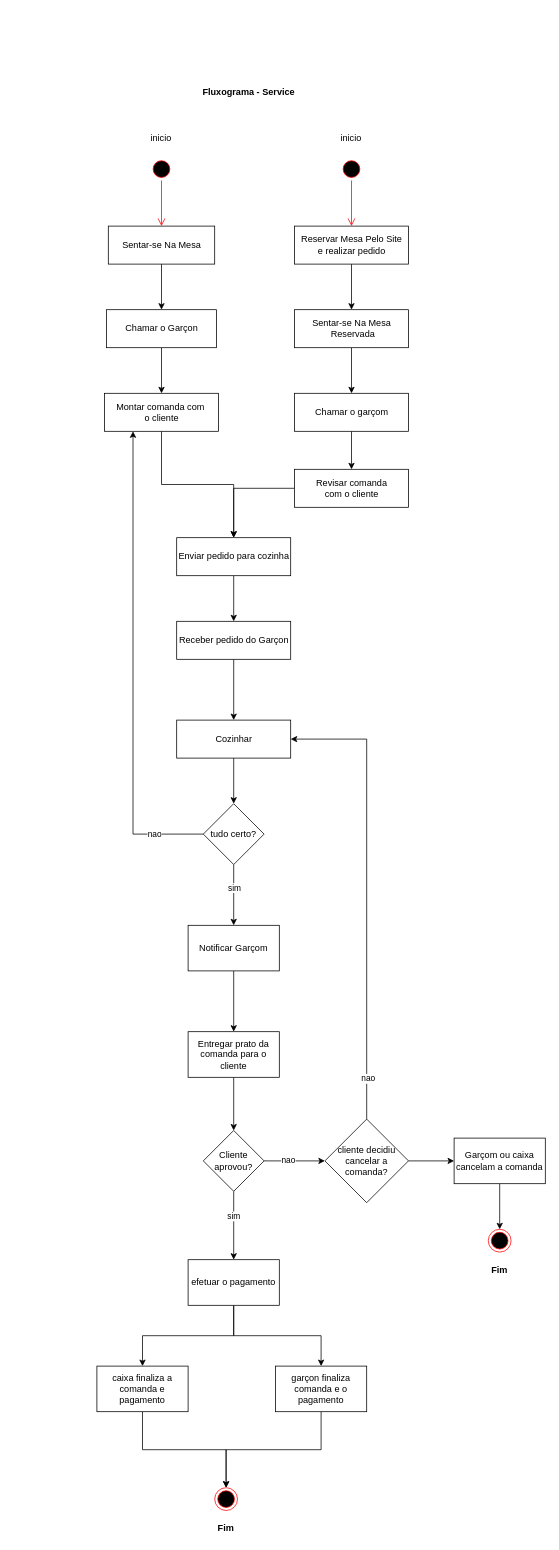
This is Copy of Fluxograma_Service.drawio from GabrielMaxMaia/Service-PIIV, a draw.io file, before an edit. Source tidied: cells renumbered, new cells numbered last; positions are measured from the earlier drawing's top-left corner, leaving out a move shared by most shapes. Both pictures are drawn from the tidied source at 76%, with x=0, y=0 at pixel (97, 81).
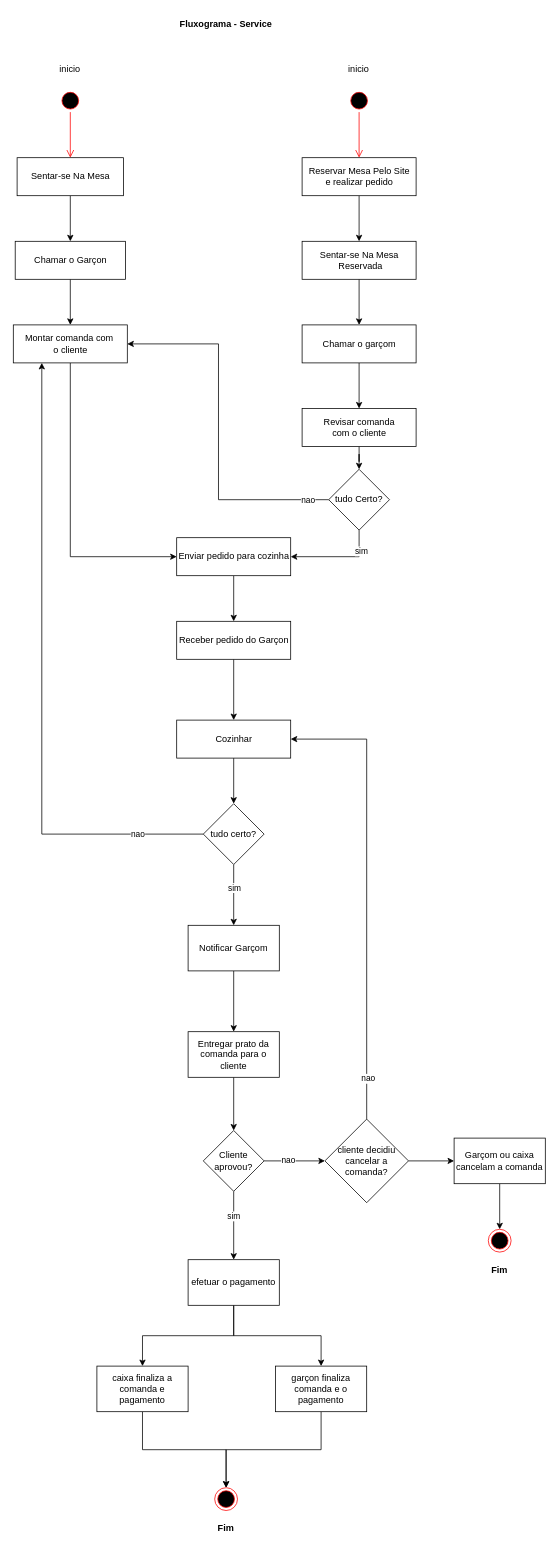
The same diagram, later.

The change refers to these unchanged cells:
```xml
<mxCell id="24" value="Enviar pedido para cozinha" style="html=1;" parent="1" vertex="1">
  <mxGeometry x="105" y="600" width="150" height="50" as="geometry" />
</mxCell>
```

The edit, as a diff of the source:
```diff
@@
     <mxCell id="2" style="ellipse;html=1;shape=startState;fillColor=#000000;strokeColor=#ff0000;" parent="1" vertex="1">
-      <mxGeometry x="320" y="100" width="30" height="30" as="geometry" />
+      <mxGeometry x="330" y="10" width="30" height="30" as="geometry" />
     </mxCell>
@@
     <mxCell id="4" value="inicio" style="text;strokeColor=none;fillColor=none;spacingLeft=4;spacingRight=4;overflow=hidden;fontSize=12;" parent="1" vertex="1">
-      <mxGeometry x="315" y="60" width="40" height="30" as="geometry" />
+      <mxGeometry x="325" y="-30" width="40" height="30" as="geometry" />
     </mxCell>
@@
     <mxCell id="6" value="Reservar Mesa Pelo Site &lt;br&gt;e realizar pedido" style="html=1;" parent="1" vertex="1">
-      <mxGeometry x="260" y="190" width="150" height="50" as="geometry" />
+      <mxGeometry x="270" y="100" width="150" height="50" as="geometry" />
     </mxCell>
     <mxCell id="7" style="ellipse;html=1;shape=startState;fillColor=#000000;strokeColor=#ff0000;" parent="1" vertex="1">
-      <mxGeometry x="70" y="100" width="30" height="30" as="geometry" />
+      <mxGeometry x="-50" y="10" width="30" height="30" as="geometry" />
     </mxCell>
@@
     <mxCell id="9" value="inicio" style="text;strokeColor=none;fillColor=none;spacingLeft=4;spacingRight=4;overflow=hidden;fontSize=12;" parent="1" vertex="1">
-      <mxGeometry x="65" y="60" width="40" height="30" as="geometry" />
+      <mxGeometry x="-55" y="-30" width="40" height="30" as="geometry" />
     </mxCell>
@@
     <mxCell id="11" value="Sentar-se Na Mesa" style="html=1;" parent="1" vertex="1">
-      <mxGeometry x="15" y="190" width="140" height="50" as="geometry" />
+      <mxGeometry x="-105" y="100" width="140" height="50" as="geometry" />
     </mxCell>
@@
     <mxCell id="13" value="Chamar o Garçon" style="html=1;" parent="1" vertex="1">
-      <mxGeometry x="12.5" y="300" width="145" height="50" as="geometry" />
+      <mxGeometry x="-107.5" y="210" width="145" height="50" as="geometry" />
     </mxCell>
-    <mxCell id="14" style="edgeStyle=orthogonalEdgeStyle;rounded=0;jettySize=auto;html=1;exitX=0.5;exitY=1;exitDx=0;exitDy=0;" parent="1" edge="1" source="15" target="24">
+    <mxCell id="14" style="edgeStyle=orthogonalEdgeStyle;rounded=0;jettySize=auto;html=1;exitX=0.5;exitY=1;exitDx=0;exitDy=0;entryX=0;entryY=0.5;entryDx=0;entryDy=0;" parent="1" edge="1" source="15" target="24">
       <mxGeometry relative="1" as="geometry">
         <Array as="points">
-          <mxPoint x="85" y="530" />
-          <mxPoint x="180" y="530" />
+          <mxPoint x="-35" y="625" />
         </Array>
       </mxGeometry>
     </mxCell>
     <mxCell id="15" value="Montar comanda com&amp;nbsp; &lt;br&gt;o cliente" style="html=1;" parent="1" vertex="1">
-      <mxGeometry x="10" y="410" width="150" height="50" as="geometry" />
+      <mxGeometry x="-110" y="320" width="150" height="50" as="geometry" />
     </mxCell>
     <mxCell id="16" value="Fluxograma - Service" style="text;align=center;fontStyle=1;verticalAlign=middle;spacingLeft=3;spacingRight=3;strokeColor=none;" parent="1" vertex="1">
-      <mxGeometry x="130" width="140" height="26" as="geometry" />
+      <mxGeometry x="100" y="-90" width="140" height="26" as="geometry" />
     </mxCell>
@@
     <mxCell id="18" value="Sentar-se Na Mesa&lt;br&gt;&amp;nbsp;Reservada" style="html=1;" parent="1" vertex="1">
-      <mxGeometry x="260" y="300" width="150" height="50" as="geometry" />
+      <mxGeometry x="270" y="210" width="150" height="50" as="geometry" />
     </mxCell>
@@
     <mxCell id="20" value="Chamar o garçom" style="html=1;" parent="1" vertex="1">
-      <mxGeometry x="260" y="410" width="150" height="50" as="geometry" />
+      <mxGeometry x="270" y="320" width="150" height="50" as="geometry" />
     </mxCell>
-    <mxCell id="21" style="edgeStyle=orthogonalEdgeStyle;rounded=0;jettySize=auto;html=1;" parent="1" edge="1" source="22" target="24">
-      <mxGeometry relative="1" as="geometry" />
-    </mxCell>
+    <mxCell id="60" style="edgeStyle=orthogonalEdgeStyle;rounded=0;jettySize=auto;html=1;" parent="1" edge="1" source="22" target="65">
+      <mxGeometry relative="1" as="geometry" />
+    </mxCell>
     <mxCell id="22" value="Revisar comanda&lt;br&gt;com o cliente" style="html=1;" parent="1" vertex="1">
-      <mxGeometry x="260" y="510" width="150" height="50" as="geometry" />
+      <mxGeometry x="270" y="430" width="150" height="50" as="geometry" />
     </mxCell>
@@
+    <mxCell id="61" style="edgeStyle=orthogonalEdgeStyle;rounded=0;jettySize=auto;html=1;exitX=0.5;exitY=1;exitDx=0;exitDy=0;entryX=1;entryY=0.5;entryDx=0;entryDy=0;" parent="1" edge="1" source="65" target="24">
+      <mxGeometry relative="1" as="geometry" />
+    </mxCell>
+    <mxCell id="62" value="sim" style="edgeLabel;html=1;align=center;verticalAlign=middle;" parent="61" vertex="1">
+      <mxGeometry x="-0.57" y="2" relative="1" as="geometry" />
+    </mxCell>
+    <mxCell id="63" style="edgeStyle=orthogonalEdgeStyle;rounded=0;jettySize=auto;html=1;exitX=0;exitY=0.5;exitDx=0;exitDy=0;entryX=1;entryY=0.5;entryDx=0;entryDy=0;" parent="1" edge="1" source="65" target="15">
+      <mxGeometry relative="1" as="geometry">
+        <Array as="points">
+          <mxPoint x="160" y="550" />
+          <mxPoint x="160" y="345" />
+        </Array>
+      </mxGeometry>
+    </mxCell>
+    <mxCell id="64" value="nao" style="edgeLabel;html=1;align=center;verticalAlign=middle;" parent="63" vertex="1">
+      <mxGeometry x="-0.88" relative="1" as="geometry" />
+    </mxCell>
+    <mxCell id="65" value="tudo Certo?" style="rhombus;whiteSpace=wrap;html=1;" parent="1" vertex="1">
+      <mxGeometry x="305" y="510" width="80" height="80" as="geometry" />
+    </mxCell>
```
